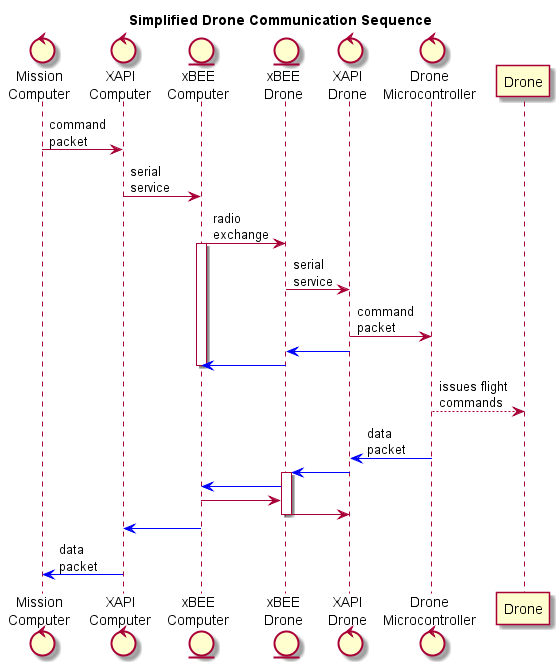
Above: Documents/portfolio/plantUML/droneControlSequence.png in bigwookiee/Mission-Control (PlantUML), before the change. Its source is kept beside it as Documents/portfolio/plantUML/droneControlSequence.pu.
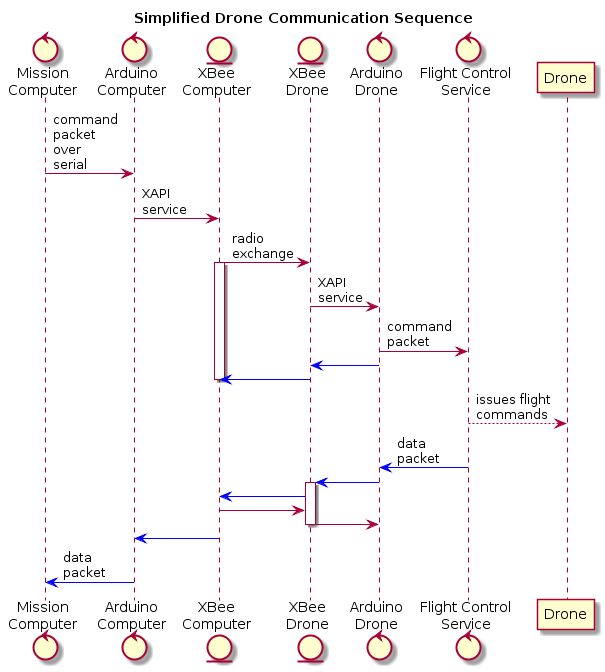
The same file after the commit.

Change to the diagram source:
```diff
@@ -2,23 +2,23 @@
 	title Simplified Drone Communication Sequence
 
 	control "Mission\nComputer" 			as mc
-  control "XAPI\nComputer" 					as xc
-  entity "xBEE\nComputer" 					as bc
-  entity "xBEE\nDrone" 							as bd
-  control "XAPI\nDrone" 						as xd
-  control "Drone\nMicrocontroller"	as dm
+  control "Arduino\nComputer" 					as xc
+  entity "XBee\nComputer" 					as bc
+  entity "XBee\nDrone" 							as bd
+  control "Arduino\nDrone" 						as xd
+  control "Flight Control\nService\nDrone"	as dm
 	participant "Drone"   						as dr
 
 
 
-	mc -> xc :command\npacket
+	mc -> xc :command\npacket\nover\serial
 
-	xc -> bc :serial\nservice
+	xc -> bc :XAPI\nservice
 
 
 	bc -> bd :radio\nexchange
 	activate bc
-	bd -> xd :serial\nservice
+	bd -> xd :XAPI\nservice
   xd -> dm :command\npacket
   bd <[#blue]- xd
   bc <[#blue]- bd
```
